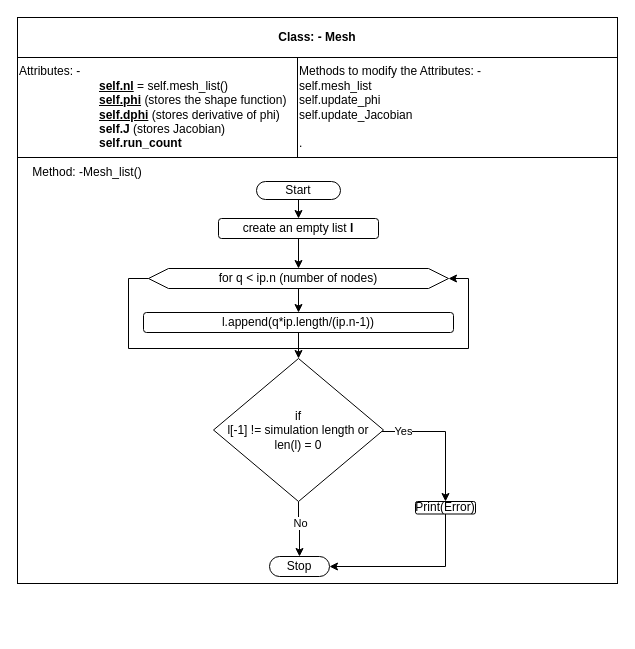
okolekar/PPP keeps this draw.io diagram as Mesh.drawio. Above is the earlier version. Source tidied: cells renumbered, new cells numbered last; positions are measured from the earlier drawing's top-left corner, leaving out a move shared by most shapes. Both pictures are drawn from the tidied source at 100%, with x=0, y=0 at pixel (17, 17).
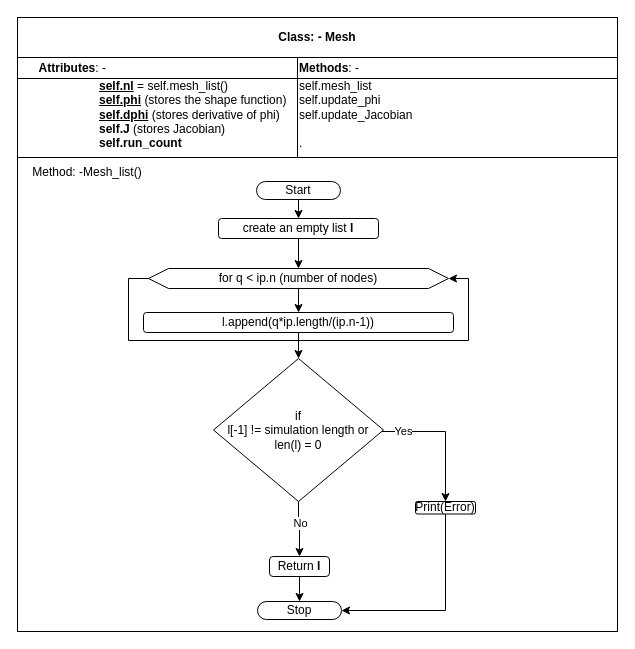
The same diagram, later.

The change refers to these unchanged cells:
```xml
<mxCell id="12" value="for q &amp;lt; ip.n (number of nodes)" style="shape=hexagon;perimeter=hexagonPerimeter2;whiteSpace=wrap;html=1;fixedSize=1;" parent="1" vertex="1">
  <mxGeometry x="131" y="251" width="300" height="20" as="geometry" />
</mxCell>
<mxCell id="21" value="Print(Error)" style="rounded=1;whiteSpace=wrap;html=1;" parent="1" vertex="1">
  <mxGeometry x="398" y="484" width="60" height="12.5" as="geometry" />
</mxCell>
```

Change to the diagram source:
```diff
@@
+    <mxCell id="24" style="rounded=0;whiteSpace=wrap;html=1;" parent="1" vertex="1">
+      <mxGeometry y="40" width="270" height="21" as="geometry" />
+    </mxCell>
-    <mxCell id="3" value="&lt;div style=&quot;&quot;&gt;Attributes: -&amp;nbsp;&lt;/div&gt;&lt;div style=&quot;&quot;&gt;&lt;span style=&quot;background-color: initial;&quot;&gt;&amp;nbsp;&lt;span style=&quot;white-space: pre;&quot;&gt;&#9;&lt;/span&gt;&lt;span style=&quot;white-space: pre;&quot;&gt;&#9;&lt;/span&gt;&lt;span style=&quot;white-space: pre;&quot;&gt;&#9;&lt;/span&gt;&lt;b&gt;&lt;u&gt;self.nl&lt;/u&gt;&lt;/b&gt; = self.mesh_list()&lt;/span&gt;&lt;/div&gt;&lt;div style=&quot;&quot;&gt;&lt;span style=&quot;background-color: initial;&quot;&gt;&lt;span style=&quot;white-space: pre;&quot;&gt;&#9;&lt;/span&gt;&lt;span style=&quot;white-space: pre;&quot;&gt;&#9;&lt;/span&gt;&lt;span style=&quot;white-space: pre;&quot;&gt;&#9;&lt;/span&gt;&lt;b&gt;&lt;u&gt;self.phi&lt;/u&gt; &lt;/b&gt;(stores the shape function)&lt;br&gt;&lt;/span&gt;&lt;/div&gt;&lt;div style=&quot;&quot;&gt;&lt;span style=&quot;background-color: initial;&quot;&gt;&lt;span style=&quot;white-space: pre;&quot;&gt;&#9;&lt;/span&gt;&lt;span style=&quot;white-space: pre;&quot;&gt;&#9;&lt;/span&gt;&lt;span style=&quot;white-space: pre;&quot;&gt;&#9;&lt;/span&gt;&lt;b&gt;&lt;u&gt;self.dphi&lt;/u&gt;&lt;/b&gt; (stores derivative of phi)&lt;br&gt;&lt;/span&gt;&lt;/div&gt;&lt;div style=&quot;&quot;&gt;&lt;span style=&quot;background-color: initial;&quot;&gt;&lt;span style=&quot;white-space: pre;&quot;&gt;&#9;&lt;/span&gt;&lt;span style=&quot;white-space: pre;&quot;&gt;&#9;&lt;/span&gt;&lt;span style=&quot;white-space: pre;&quot;&gt;&#9;&lt;/span&gt;&lt;b&gt;self.J&lt;/b&gt; (stores Jacobian)&lt;br&gt;&lt;/span&gt;&lt;/div&gt;&lt;div style=&quot;&quot;&gt;&lt;span style=&quot;background-color: initial;&quot;&gt;&lt;span style=&quot;white-space: pre;&quot;&gt;&#9;&lt;/span&gt;&lt;span style=&quot;white-space: pre;&quot;&gt;&#9;&lt;/span&gt;&lt;span style=&quot;white-space: pre;&quot;&gt;&#9;&lt;/span&gt;&lt;b&gt;self.run_count&lt;/b&gt;&amp;nbsp;&lt;br&gt;&lt;/span&gt;&lt;/div&gt;" style="rounded=0;whiteSpace=wrap;html=1;align=left;" parent="1" vertex="1">
+    <mxCell id="3" value="&lt;div style=&quot;&quot;&gt;&amp;nbsp;&lt;/div&gt;&lt;div style=&quot;&quot;&gt;&lt;span style=&quot;background-color: initial;&quot;&gt;&amp;nbsp;&lt;span style=&quot;white-space: pre;&quot;&gt;&#9;&lt;/span&gt;&lt;span style=&quot;white-space: pre;&quot;&gt;&#9;&lt;/span&gt;&lt;span style=&quot;white-space: pre;&quot;&gt;&#9;&lt;/span&gt;&lt;b&gt;&lt;u&gt;self.nl&lt;/u&gt;&lt;/b&gt; = self.mesh_list()&lt;/span&gt;&lt;/div&gt;&lt;div style=&quot;&quot;&gt;&lt;span style=&quot;background-color: initial;&quot;&gt;&lt;span style=&quot;white-space: pre;&quot;&gt;&#9;&lt;/span&gt;&lt;span style=&quot;white-space: pre;&quot;&gt;&#9;&lt;/span&gt;&lt;span style=&quot;white-space: pre;&quot;&gt;&#9;&lt;/span&gt;&lt;b&gt;&lt;u&gt;self.phi&lt;/u&gt; &lt;/b&gt;(stores the shape function)&lt;br&gt;&lt;/span&gt;&lt;/div&gt;&lt;div style=&quot;&quot;&gt;&lt;span style=&quot;background-color: initial;&quot;&gt;&lt;span style=&quot;white-space: pre;&quot;&gt;&#9;&lt;/span&gt;&lt;span style=&quot;white-space: pre;&quot;&gt;&#9;&lt;/span&gt;&lt;span style=&quot;white-space: pre;&quot;&gt;&#9;&lt;/span&gt;&lt;b&gt;&lt;u&gt;self.dphi&lt;/u&gt;&lt;/b&gt; (stores derivative of phi)&lt;br&gt;&lt;/span&gt;&lt;/div&gt;&lt;div style=&quot;&quot;&gt;&lt;span style=&quot;background-color: initial;&quot;&gt;&lt;span style=&quot;white-space: pre;&quot;&gt;&#9;&lt;/span&gt;&lt;span style=&quot;white-space: pre;&quot;&gt;&#9;&lt;/span&gt;&lt;span style=&quot;white-space: pre;&quot;&gt;&#9;&lt;/span&gt;&lt;b&gt;self.J&lt;/b&gt; (stores Jacobian)&lt;br&gt;&lt;/span&gt;&lt;/div&gt;&lt;div style=&quot;&quot;&gt;&lt;span style=&quot;background-color: initial;&quot;&gt;&lt;span style=&quot;white-space: pre;&quot;&gt;&#9;&lt;/span&gt;&lt;span style=&quot;white-space: pre;&quot;&gt;&#9;&lt;/span&gt;&lt;span style=&quot;white-space: pre;&quot;&gt;&#9;&lt;/span&gt;&lt;b&gt;self.run_count&lt;/b&gt;&amp;nbsp;&lt;br&gt;&lt;/span&gt;&lt;/div&gt;" style="rounded=0;whiteSpace=wrap;html=1;align=left;" parent="1" vertex="1">
       <mxGeometry y="40" width="280" height="100" as="geometry" />
     </mxCell>
-    <mxCell id="4" value="Methods to modify the Attributes: -&lt;br&gt;self.mesh_list&lt;br&gt;self.update_phi&lt;br&gt;self.update_Jacobian&lt;br&gt;&lt;br&gt;." style="rounded=0;whiteSpace=wrap;html=1;align=left;" parent="1" vertex="1">
+    <mxCell id="4" value="&lt;br&gt;self.mesh_list&lt;br&gt;self.update_phi&lt;br&gt;self.update_Jacobian&lt;br&gt;&lt;br&gt;." style="rounded=0;whiteSpace=wrap;html=1;align=left;" parent="1" vertex="1">
       <mxGeometry x="280" y="40" width="320" height="100" as="geometry" />
     </mxCell>
     <mxCell id="5" style="rounded=0;whiteSpace=wrap;html=1;" parent="1" vertex="1">
-      <mxGeometry y="140" width="600" height="426" as="geometry" />
+      <mxGeometry y="140" width="600" height="474" as="geometry" />
     </mxCell>
@@
+    <mxCell id="25" style="edgeStyle=orthogonalEdgeStyle;rounded=0;jettySize=auto;html=1;exitX=0.5;exitY=1;exitDx=0;exitDy=0;" parent="1" edge="1" source="8" target="29">
+      <mxGeometry relative="1" as="geometry" />
+    </mxCell>
-    <mxCell id="8" value="Stop" style="rounded=1;whiteSpace=wrap;html=1;fontSize=12;glass=0;strokeWidth=1;shadow=0;arcSize=50;" parent="1" vertex="1">
+    <mxCell id="8" value="Return &lt;b&gt;l&lt;/b&gt;" style="rounded=1;whiteSpace=wrap;html=1;fontSize=12;glass=0;strokeWidth=1;shadow=0;arcSize=18;" parent="1" vertex="1">
       <mxGeometry x="252" y="539" width="60" height="20" as="geometry" />
     </mxCell>
@@
-    <mxCell id="20" style="edgeStyle=orthogonalEdgeStyle;rounded=0;jettySize=auto;html=1;exitX=0.5;exitY=1;exitDx=0;exitDy=0;entryX=1;entryY=0.5;entryDx=0;entryDy=0;" parent="1" edge="1" source="21" target="8">
-      <mxGeometry relative="1" as="geometry" />
-    </mxCell>
+    <mxCell id="26" style="edgeStyle=orthogonalEdgeStyle;rounded=0;jettySize=auto;html=1;exitX=0.5;exitY=1;exitDx=0;exitDy=0;entryX=1;entryY=0.5;entryDx=0;entryDy=0;" parent="1" edge="1" source="21" target="29">
+      <mxGeometry relative="1" as="geometry" />
+    </mxCell>
@@
     <mxCell id="22" style="edgeStyle=orthogonalEdgeStyle;rounded=0;orthogonalLoop=1;jettySize=auto;html=1;exitX=0;exitY=0.5;exitDx=0;exitDy=0;entryX=1;entryY=0.5;entryDx=0;entryDy=0;" parent="1" edge="1" source="12" target="12">
       <mxGeometry relative="1" as="geometry">
         <Array as="points">
           <mxPoint x="111" y="261" />
-          <mxPoint x="111" y="331" />
-          <mxPoint x="451" y="331" />
+          <mxPoint x="111" y="323" />
+          <mxPoint x="451" y="323" />
           <mxPoint x="451" y="261" />
         </Array>
       </mxGeometry>
     </mxCell>
@@
+    <mxCell id="27" value="&lt;b&gt;&amp;nbsp; &amp;nbsp; &amp;nbsp; Attributes&lt;/b&gt;: -" style="rounded=0;whiteSpace=wrap;html=1;align=left;" parent="1" vertex="1">
+      <mxGeometry y="40" width="280" height="21" as="geometry" />
+    </mxCell>
+    <mxCell id="28" value="&lt;b&gt;Methods&lt;/b&gt;: -" style="rounded=0;whiteSpace=wrap;html=1;align=left;" parent="1" vertex="1">
+      <mxGeometry x="280" y="40" width="320" height="21" as="geometry" />
+    </mxCell>
+    <mxCell id="29" value="Stop" style="rounded=1;whiteSpace=wrap;html=1;fontSize=12;glass=0;strokeWidth=1;shadow=0;arcSize=50;" parent="1" vertex="1">
+      <mxGeometry x="240" y="584" width="84" height="18" as="geometry" />
+    </mxCell>
```
